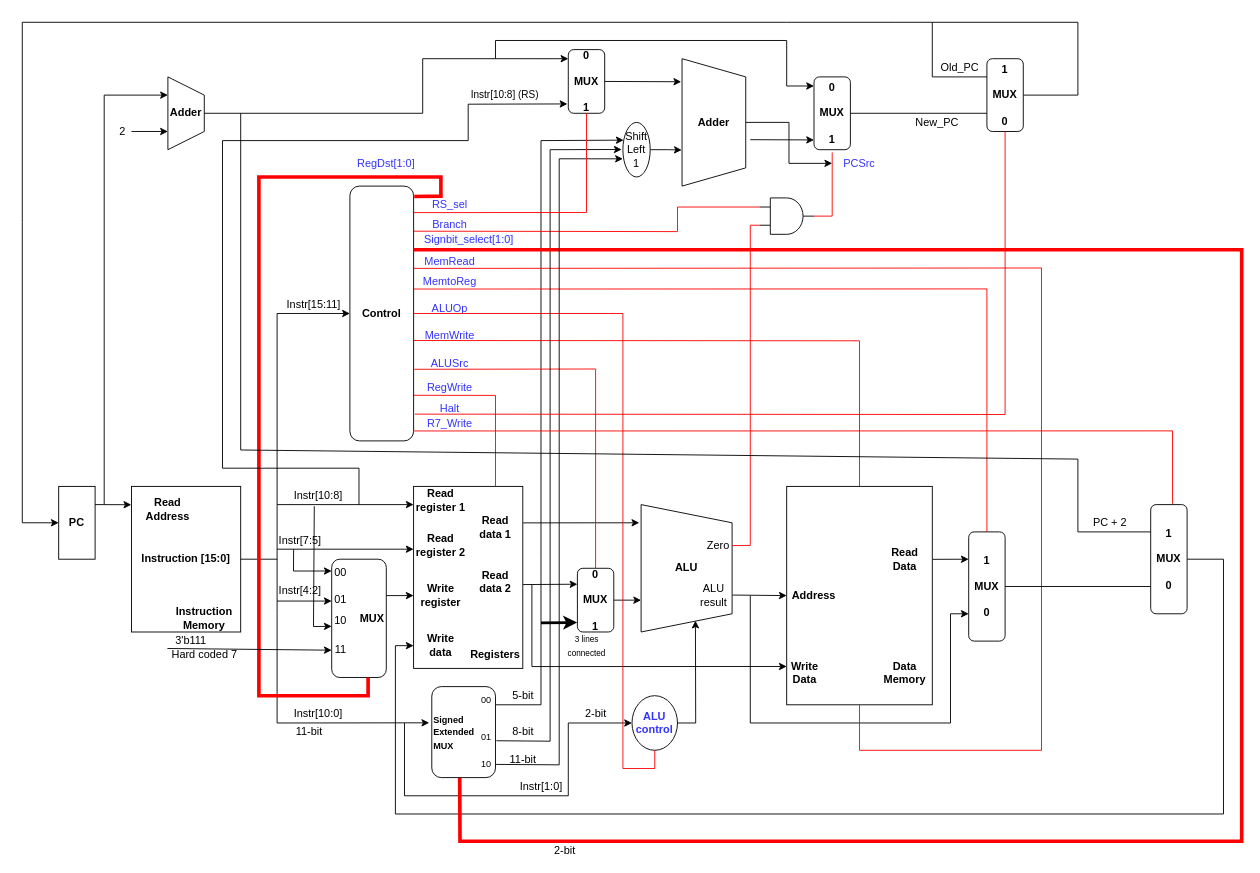
Before: WISC-SP22.drawio in joshmeiyb/ECE552, a draw.io diagram. Source tidied: cells renumbered, new cells numbered last; positions are measured from the earlier drawing's top-left corner, leaving out a move shared by most shapes. Both pictures are drawn from the tidied source at 91%, with x=0, y=0 at pixel (22, 22).
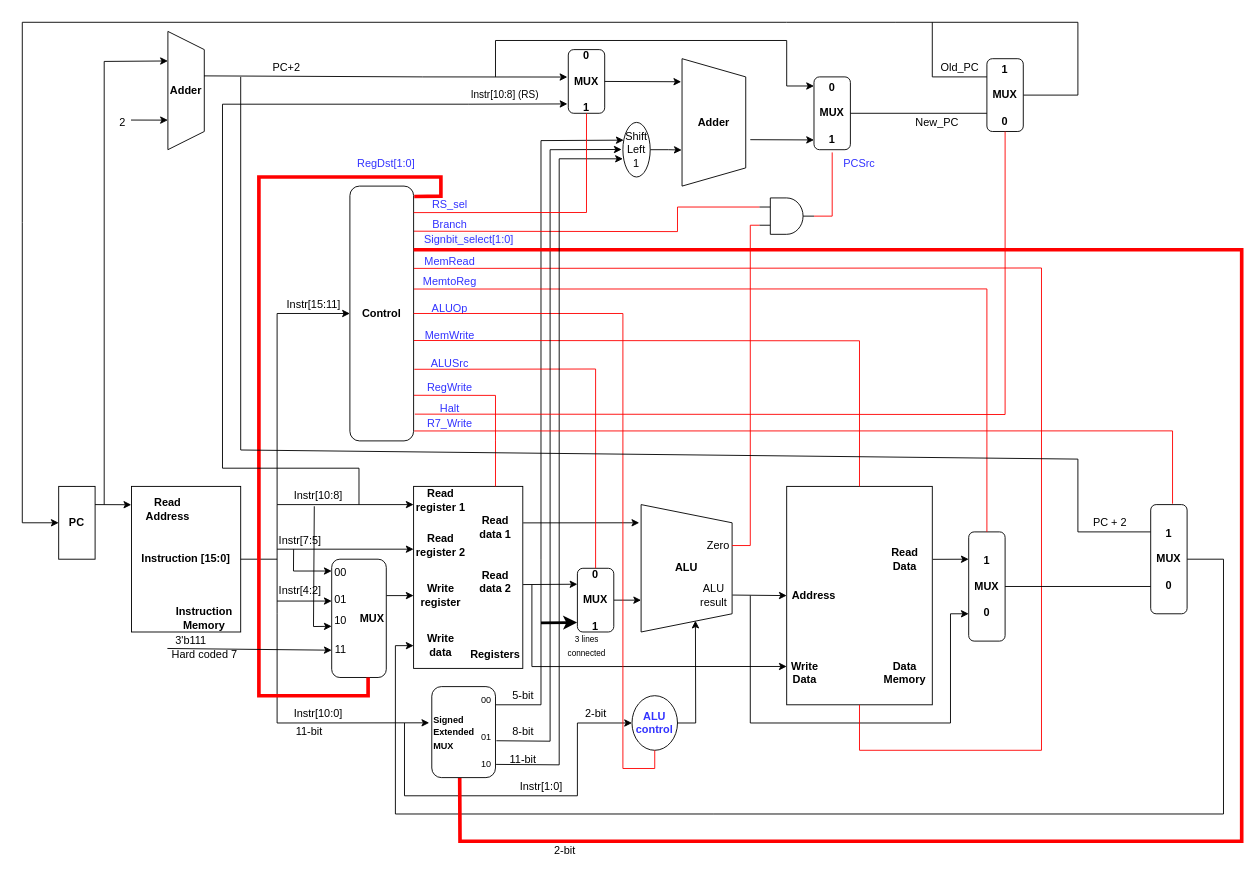
The same diagram, later.

The change refers to these unchanged cells:
```xml
<mxCell id="11" value="&lt;b&gt;Adder&lt;/b&gt;" style="shape=trapezoid;perimeter=trapezoidPerimeter;whiteSpace=wrap;html=1;fixedSize=1;direction=south;" parent="1" vertex="1">
  <mxGeometry x="725" y="40" width="70" height="140" as="geometry" />
</mxCell>
<mxCell id="47" value="&lt;font color=&quot;#3333ff&quot;&gt;&lt;b&gt;ALU&lt;br&gt;control&lt;/b&gt;&lt;/font&gt;" style="ellipse;whiteSpace=wrap;html=1;" parent="1" vertex="1">
  <mxGeometry x="670" y="740" width="50" height="60" as="geometry" />
</mxCell>
<mxCell id="86" value="&lt;font color=&quot;#3333ff&quot;&gt;PCSrc&lt;/font&gt;" style="text;html=1;strokeColor=none;fillColor=none;align=center;verticalAlign=middle;whiteSpace=wrap;rounded=0;" parent="1" vertex="1">
  <mxGeometry x="890" y="140" width="60" height="30" as="geometry" />
</mxCell>
<mxCell id="118" value="&lt;b&gt;1&lt;br&gt;&lt;br&gt;MUX&lt;br&gt;&lt;br&gt;0&lt;/b&gt;" style="rounded=1;whiteSpace=wrap;html=1;" parent="1" vertex="1">
  <mxGeometry x="1240" y="530" width="40" height="120" as="geometry" />
</mxCell>
<mxCell id="124" value="&lt;b&gt;0&lt;br&gt;&lt;br&gt;MUX&lt;br&gt;&lt;br&gt;1&lt;/b&gt;" style="rounded=1;whiteSpace=wrap;html=1;" parent="1" vertex="1">
  <mxGeometry x="600" y="30" width="40" height="70" as="geometry" />
</mxCell>
```

What changed in the source:
```diff
@@
     <mxCell id="6" value="&lt;b&gt;Adder&lt;/b&gt;" style="shape=trapezoid;perimeter=trapezoidPerimeter;whiteSpace=wrap;html=1;fixedSize=1;direction=south;" parent="1" vertex="1">
-      <mxGeometry x="160" y="60" width="40" height="80" as="geometry" />
+      <mxGeometry x="160" y="10" width="40" height="130" as="geometry" />
     </mxCell>
     <mxCell id="7" style="endArrow=classic;html=1;rounded=0;entryX=0.25;entryY=1;entryDx=0;entryDy=0;" parent="1" edge="1" target="6">
       <mxGeometry relative="1" as="geometry">
         <mxPoint x="90" y="530" as="sourcePoint" />
         <Array as="points">
-          <mxPoint x="90" y="80" />
+          <mxPoint x="90" y="43" />
         </Array>
       </mxGeometry>
     </mxCell>
-    <mxCell id="8" style="endArrow=classic;html=1;rounded=0;entryX=0.75;entryY=1;entryDx=0;entryDy=0;" parent="1" edge="1" target="6">
-      <mxGeometry relative="1" as="geometry">
-        <mxPoint x="120" y="120" as="sourcePoint" />
-      </mxGeometry>
+    <mxCell id="8" style="endArrow=classic;html=1;rounded=0;entryX=0.75;entryY=1;entryDx=0;entryDy=0;exitX=0.974;exitY=0.371;exitDx=0;exitDy=0;exitPerimeter=0;" parent="1" edge="1" source="27" target="6">
+      <mxGeometry relative="1" as="geometry" />
     </mxCell>
-    <mxCell id="9" style="endArrow=classic;html=1;rounded=0;exitX=0.5;exitY=0;exitDx=0;exitDy=0;entryX=0.002;entryY=0.143;entryDx=0;entryDy=0;entryPerimeter=0;" parent="1" edge="1" source="6" target="124">
+    <mxCell id="9" style="endArrow=classic;html=1;rounded=0;exitX=0.376;exitY=0.008;exitDx=0;exitDy=0;exitPerimeter=0;entryX=-0.026;entryY=0.431;entryDx=0;entryDy=0;entryPerimeter=0;" parent="1" edge="1" source="6" target="124">
       <mxGeometry relative="1" as="geometry">
         <Array as="points">
-          <mxPoint x="440" y="100" />
-          <mxPoint x="440" y="40" />
+          <mxPoint x="440" y="60" />
         </Array>
       </mxGeometry>
     </mxCell>
-    <mxCell id="10" style="edgeStyle=orthogonalEdgeStyle;rounded=0;jettySize=auto;html=1;" parent="1" edge="1" source="11" target="86">
-      <mxGeometry relative="1" as="geometry" />
-    </mxCell>
@@
     <mxCell id="27" value="2" style="text;html=1;align=center;verticalAlign=middle;points=[];strokeColor=none;fillColor=none;" parent="1" vertex="1">
-      <mxGeometry x="100" y="110" width="20" height="20" as="geometry" />
+      <mxGeometry x="100" y="100" width="20" height="20" as="geometry" />
     </mxCell>
@@
     <mxCell id="30" style="endArrow=classic;html=1;rounded=0;" parent="1" edge="1">
       <mxGeometry relative="1" as="geometry">
-        <mxPoint x="520" y="40" as="sourcePoint" />
+        <mxPoint x="520" y="60" as="sourcePoint" />
         <mxPoint x="870" y="70" as="targetPoint" />
         <Array as="points">
           <mxPoint x="520" y="20" />
           <mxPoint x="840" y="20" />
           <mxPoint x="840" y="70" />
         </Array>
       </mxGeometry>
     </mxCell>
@@
     <mxCell id="48" style="endArrow=classic;html=1;rounded=0;entryX=0;entryY=0.5;entryDx=0;entryDy=0;" parent="1" edge="1" target="47">
       <mxGeometry relative="1" as="geometry">
         <mxPoint x="420" y="770" as="sourcePoint" />
         <Array as="points">
           <mxPoint x="420" y="850" />
-          <mxPoint x="600" y="850" />
-          <mxPoint x="600" y="770" />
+          <mxPoint x="610" y="850" />
+          <mxPoint x="610" y="770" />
         </Array>
       </mxGeometry>
     </mxCell>
@@
     <mxCell id="119" style="endArrow=none;html=1;rounded=0;strokeColor=#000000;strokeWidth=1;entryX=0;entryY=0.25;entryDx=0;entryDy=0;" parent="1" edge="1" target="118">
       <mxGeometry relative="1" as="geometry">
-        <mxPoint x="240" y="100" as="sourcePoint" />
+        <mxPoint x="240" y="60" as="sourcePoint" />
         <Array as="points">
           <mxPoint x="240" y="470" />
           <mxPoint x="1160" y="480" />
           <mxPoint x="1160" y="560" />
         </Array>
       </mxGeometry>
     </mxCell>
@@
     <mxCell id="125" style="endArrow=classic;html=1;rounded=0;fontColor=#000000;strokeColor=#000000;strokeWidth=1;entryX=-0.024;entryY=0.853;entryDx=0;entryDy=0;entryPerimeter=0;" parent="1" edge="1" target="124">
       <mxGeometry relative="1" as="geometry">
         <mxPoint x="370" y="530" as="sourcePoint" />
         <Array as="points">
           <mxPoint x="370" y="490" />
           <mxPoint x="220" y="490" />
-          <mxPoint x="220" y="130" />
-          <mxPoint x="490" y="130" />
+          <mxPoint x="220" y="90" />
           <mxPoint x="490" y="90" />
         </Array>
       </mxGeometry>
     </mxCell>
@@
+    <mxCell id="130" value="PC+2" style="text;html=1;align=center;verticalAlign=middle;strokeColor=none;fillColor=none;" parent="1" vertex="1">
+      <mxGeometry x="265" y="40" width="50" height="20" as="geometry" />
+    </mxCell>
```
